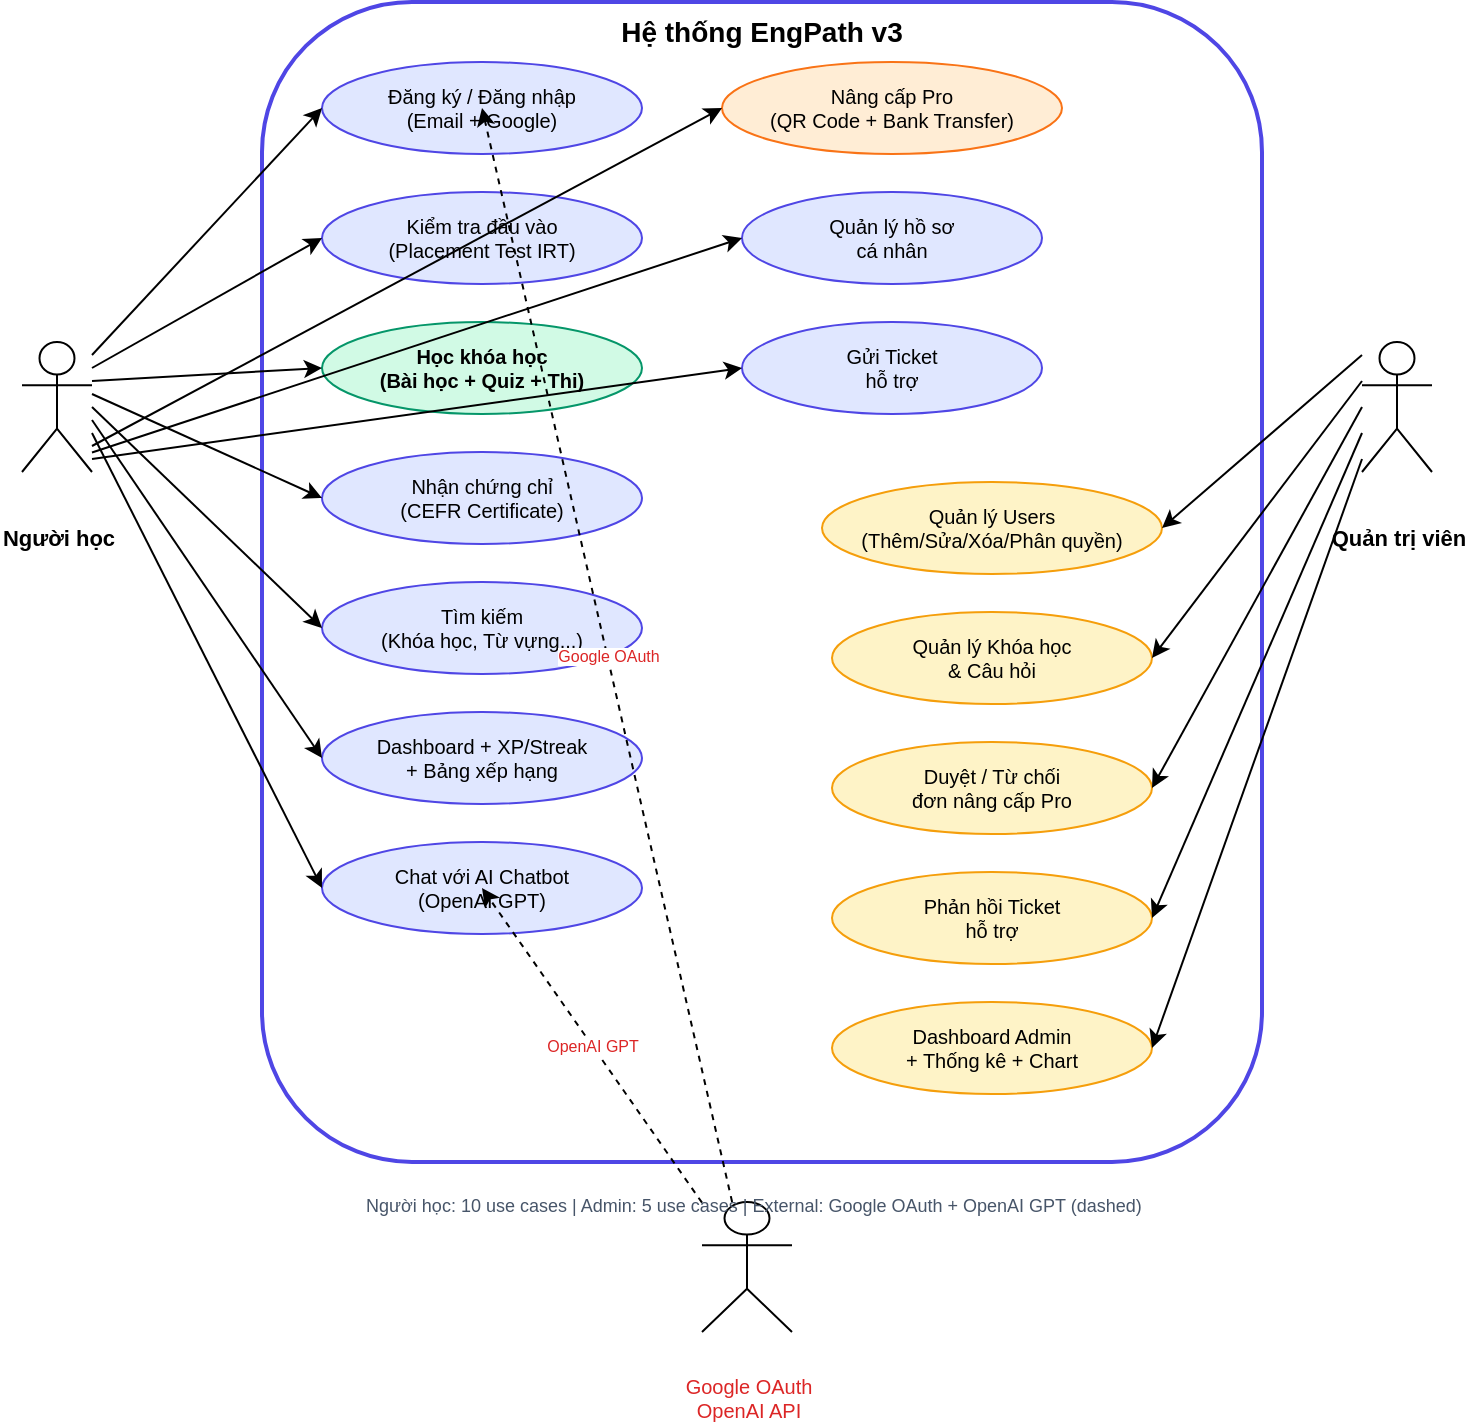
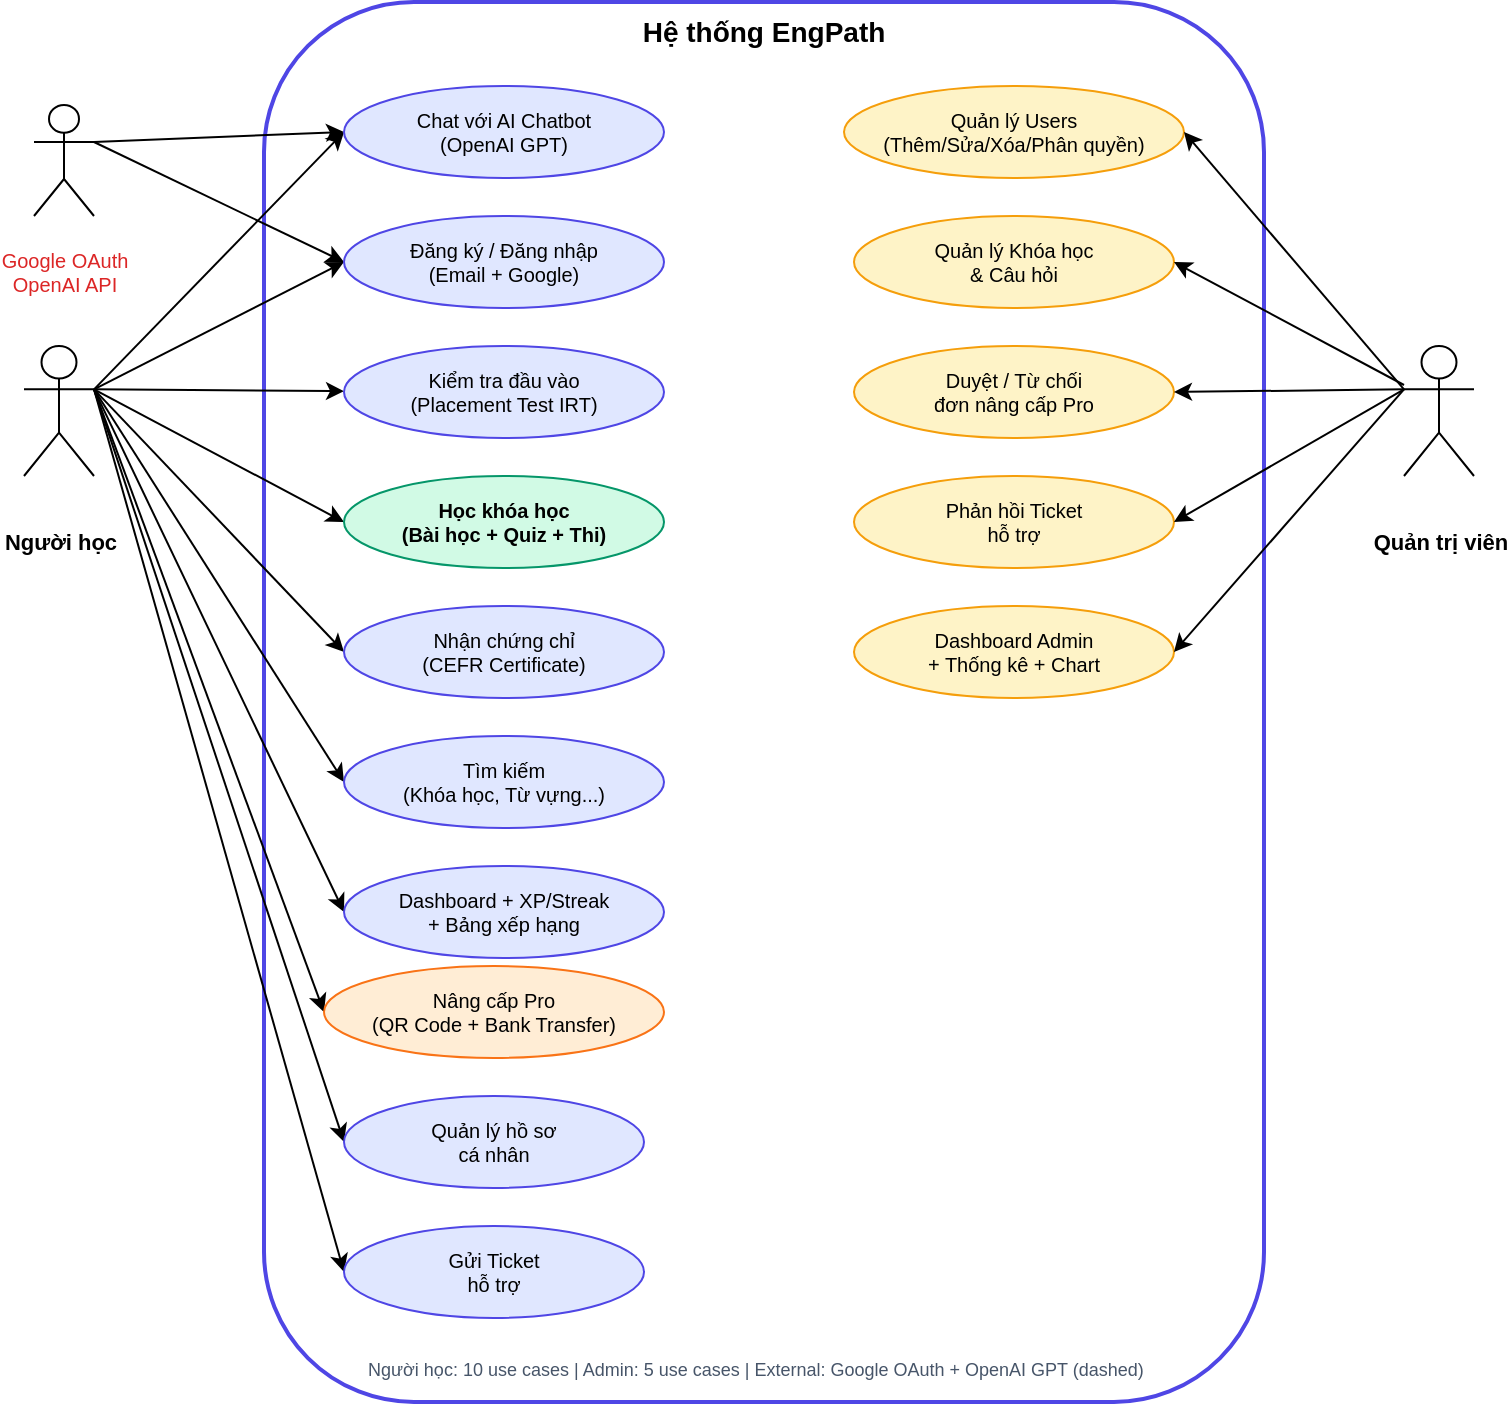
<mxfile host="Electron">
  <diagram name="Use Case v3" id="0">
-     <mxGraphModel dx="2054" dy="1201" grid="1" gridSize="10" guides="1" tooltips="1" connect="1" arrows="1" fold="1" page="1" pageScale="1" pageWidth="900" pageHeight="750" math="0" shadow="0">
+     <mxGraphModel dx="1542" dy="914" grid="1" gridSize="10" guides="1" tooltips="1" connect="1" arrows="1" fold="1" page="1" pageScale="1" pageWidth="900" pageHeight="750" math="0" shadow="0">
      <root>
        <mxCell id="0" />
        <mxCell id="1" parent="0" />
- 
-         <!-- SYSTEM BOUNDARY -->
-         <mxCell id="sys" parent="1" style="rounded=1;whiteSpace=wrap;html=1;fillColor=none;strokeColor=#4F46E5;strokeWidth=2;fontSize=14;fontStyle=1;verticalAlign=top;" value="Hệ thống EngPath v3" vertex="1">
-           <mxGeometry height="580" width="500" x="200" y="50" as="geometry" />
+         <mxCell id="sys" parent="1" style="rounded=1;whiteSpace=wrap;html=1;fillColor=none;strokeColor=#4F46E5;strokeWidth=2;fontSize=14;fontStyle=1;verticalAlign=top;" value="Hệ thống EngPath" vertex="1">
+           <mxGeometry height="700" width="500" x="200" y="68" as="geometry" />
        </mxCell>
- 
-         <!-- ACTOR: Learner -->
+         <mxCell id="9E2wmQX7eQueYQR80z6p-5" edge="1" parent="1" source="learner" style="rounded=0;orthogonalLoop=1;jettySize=auto;html=1;exitX=1;exitY=0.3333333333333333;exitDx=0;exitDy=0;exitPerimeter=0;entryX=0;entryY=0.5;entryDx=0;entryDy=0;" target="uc7">
+           <mxGeometry relative="1" as="geometry" />
+         </mxCell>
+         <mxCell id="9E2wmQX7eQueYQR80z6p-6" edge="1" parent="1" source="learner" style="rounded=0;orthogonalLoop=1;jettySize=auto;html=1;exitX=1;exitY=0.3333333333333333;exitDx=0;exitDy=0;exitPerimeter=0;entryX=0;entryY=0.5;entryDx=0;entryDy=0;" target="uc1">
+           <mxGeometry relative="1" as="geometry" />
+         </mxCell>
+         <mxCell id="9E2wmQX7eQueYQR80z6p-7" edge="1" parent="1" source="learner" style="rounded=0;orthogonalLoop=1;jettySize=auto;html=1;exitX=1;exitY=0.3333333333333333;exitDx=0;exitDy=0;exitPerimeter=0;" target="uc2">
+           <mxGeometry relative="1" as="geometry" />
+         </mxCell>
+         <mxCell id="9E2wmQX7eQueYQR80z6p-8" edge="1" parent="1" source="learner" style="rounded=0;orthogonalLoop=1;jettySize=auto;html=1;exitX=1;exitY=0.3333333333333333;exitDx=0;exitDy=0;exitPerimeter=0;entryX=0;entryY=0.5;entryDx=0;entryDy=0;" target="uc3">
+           <mxGeometry relative="1" as="geometry" />
+         </mxCell>
+         <mxCell id="9E2wmQX7eQueYQR80z6p-9" edge="1" parent="1" source="learner" style="rounded=0;orthogonalLoop=1;jettySize=auto;html=1;exitX=1;exitY=0.3333333333333333;exitDx=0;exitDy=0;exitPerimeter=0;entryX=0;entryY=0.5;entryDx=0;entryDy=0;" target="uc4">
+           <mxGeometry relative="1" as="geometry" />
+         </mxCell>
+         <mxCell id="9E2wmQX7eQueYQR80z6p-10" edge="1" parent="1" source="learner" style="rounded=0;orthogonalLoop=1;jettySize=auto;html=1;exitX=1;exitY=0.3333333333333333;exitDx=0;exitDy=0;exitPerimeter=0;entryX=0;entryY=0.5;entryDx=0;entryDy=0;" target="uc5">
+           <mxGeometry relative="1" as="geometry" />
+         </mxCell>
+         <mxCell id="9E2wmQX7eQueYQR80z6p-11" edge="1" parent="1" source="learner" style="rounded=0;orthogonalLoop=1;jettySize=auto;html=1;exitX=1;exitY=0.3333333333333333;exitDx=0;exitDy=0;exitPerimeter=0;entryX=0;entryY=0.5;entryDx=0;entryDy=0;" target="uc6">
+           <mxGeometry relative="1" as="geometry" />
+         </mxCell>
+         <mxCell id="9E2wmQX7eQueYQR80z6p-12" edge="1" parent="1" source="learner" style="rounded=0;orthogonalLoop=1;jettySize=auto;html=1;exitX=1;exitY=0.3333333333333333;exitDx=0;exitDy=0;exitPerimeter=0;entryX=0;entryY=0.5;entryDx=0;entryDy=0;" target="uc8">
+           <mxGeometry relative="1" as="geometry" />
+         </mxCell>
+         <mxCell id="9E2wmQX7eQueYQR80z6p-13" edge="1" parent="1" source="learner" style="rounded=0;orthogonalLoop=1;jettySize=auto;html=1;exitX=1;exitY=0.3333333333333333;exitDx=0;exitDy=0;exitPerimeter=0;entryX=0;entryY=0.5;entryDx=0;entryDy=0;" target="uc9">
+           <mxGeometry relative="1" as="geometry" />
+         </mxCell>
+         <mxCell id="9E2wmQX7eQueYQR80z6p-14" edge="1" parent="1" source="learner" style="rounded=0;orthogonalLoop=1;jettySize=auto;html=1;exitX=1;exitY=0.3333333333333333;exitDx=0;exitDy=0;exitPerimeter=0;entryX=0;entryY=0.5;entryDx=0;entryDy=0;" target="uc10">
+           <mxGeometry relative="1" as="geometry" />
+         </mxCell>
        <mxCell id="learner" parent="1" style="shape=umlActor;verticalLabelPosition=bottom;html=1;fontSize=11;fontStyle=1;" value="Người học" vertex="1">
-           <mxGeometry height="65" width="35" x="80" y="220" as="geometry" />
+           <mxGeometry height="65" width="35" x="80" y="240" as="geometry" />
        </mxCell>
- 
-         <!-- ACTOR: Admin -->
        <mxCell id="admin" parent="1" style="shape=umlActor;verticalLabelPosition=bottom;html=1;fontSize=11;fontStyle=1;" value="Quản trị viên" vertex="1">
-           <mxGeometry height="65" width="35" x="750" y="220" as="geometry" />
+           <mxGeometry height="65" width="35" x="770" y="240" as="geometry" />
        </mxCell>
- 
-         <!-- ACTOR: External -->
+         <mxCell id="9E2wmQX7eQueYQR80z6p-2" edge="1" parent="1" source="ext_actor" style="rounded=0;orthogonalLoop=1;jettySize=auto;html=1;exitX=1;exitY=0.3333333333333333;exitDx=0;exitDy=0;exitPerimeter=0;entryX=0;entryY=0.5;entryDx=0;entryDy=0;" target="uc7">
+           <mxGeometry relative="1" as="geometry" />
+         </mxCell>
+         <mxCell id="9E2wmQX7eQueYQR80z6p-3" edge="1" parent="1" source="ext_actor" style="rounded=0;orthogonalLoop=1;jettySize=auto;html=1;exitX=1;exitY=0.3333333333333333;exitDx=0;exitDy=0;exitPerimeter=0;entryX=0;entryY=0.5;entryDx=0;entryDy=0;" target="uc1">
+           <mxGeometry relative="1" as="geometry" />
+         </mxCell>
        <mxCell id="ext_actor" parent="1" style="shape=umlActor;verticalLabelPosition=bottom;html=1;fontSize=10;fontColor=#DC2626;" value="Google OAuth&#xa;OpenAI API" vertex="1">
-           <mxGeometry height="65" width="45" x="420" y="650" as="geometry" />
+           <mxGeometry height="55.5" width="30" x="85" y="119.5" as="geometry" />
        </mxCell>
- 
-         <!-- ═══ LEARNER USE CASES (10) ═══ -->
        <mxCell id="uc1" parent="1" style="ellipse;whiteSpace=wrap;html=1;fillColor=#E0E7FF;strokeColor=#4F46E5;fontSize=10;" value="Đăng ký / Đăng nhập&#xa;(Email + Google)" vertex="1">
-           <mxGeometry height="46" width="160" x="230" y="80" as="geometry" />
+           <mxGeometry height="46" width="160" x="240" y="175" as="geometry" />
        </mxCell>
        <mxCell id="uc2" parent="1" style="ellipse;whiteSpace=wrap;html=1;fillColor=#E0E7FF;strokeColor=#4F46E5;fontSize=10;" value="Kiểm tra đầu vào&#xa;(Placement Test IRT)" vertex="1">
-           <mxGeometry height="46" width="160" x="230" y="145" as="geometry" />
+           <mxGeometry height="46" width="160" x="240" y="240" as="geometry" />
        </mxCell>
        <mxCell id="uc3" parent="1" style="ellipse;whiteSpace=wrap;html=1;fillColor=#D1FAE5;strokeColor=#059669;fontSize=10;fontStyle=1;" value="Học khóa học&#xa;(Bài học + Quiz + Thi)" vertex="1">
-           <mxGeometry height="46" width="160" x="230" y="210" as="geometry" />
+           <mxGeometry height="46" width="160" x="240" y="305" as="geometry" />
        </mxCell>
        <mxCell id="uc4" parent="1" style="ellipse;whiteSpace=wrap;html=1;fillColor=#E0E7FF;strokeColor=#4F46E5;fontSize=10;" value="Nhận chứng chỉ&#xa;(CEFR Certificate)" vertex="1">
-           <mxGeometry height="46" width="160" x="230" y="275" as="geometry" />
+           <mxGeometry height="46" width="160" x="240" y="370" as="geometry" />
        </mxCell>
        <mxCell id="uc5" parent="1" style="ellipse;whiteSpace=wrap;html=1;fillColor=#E0E7FF;strokeColor=#4F46E5;fontSize=10;" value="Tìm kiếm&#xa;(Khóa học, Từ vựng...)" vertex="1">
-           <mxGeometry height="46" width="160" x="230" y="340" as="geometry" />
+           <mxGeometry height="46" width="160" x="240" y="435" as="geometry" />
        </mxCell>
        <mxCell id="uc6" parent="1" style="ellipse;whiteSpace=wrap;html=1;fillColor=#E0E7FF;strokeColor=#4F46E5;fontSize=10;" value="Dashboard + XP/Streak&#xa;+ Bảng xếp hạng" vertex="1">
-           <mxGeometry height="46" width="160" x="230" y="405" as="geometry" />
+           <mxGeometry height="46" width="160" x="240" y="500" as="geometry" />
        </mxCell>
        <mxCell id="uc7" parent="1" style="ellipse;whiteSpace=wrap;html=1;fillColor=#E0E7FF;strokeColor=#4F46E5;fontSize=10;" value="Chat với AI Chatbot&#xa;(OpenAI GPT)" vertex="1">
-           <mxGeometry height="46" width="160" x="230" y="470" as="geometry" />
+           <mxGeometry height="46" width="160" x="240" y="110" as="geometry" />
        </mxCell>
        <mxCell id="uc8" parent="1" style="ellipse;whiteSpace=wrap;html=1;fillColor=#FFEDD5;strokeColor=#F97316;fontSize=10;" value="Nâng cấp Pro&#xa;(QR Code + Bank Transfer)" vertex="1">
-           <mxGeometry height="46" width="170" x="430" y="80" as="geometry" />
+           <mxGeometry height="46" width="170" x="230" y="550" as="geometry" />
        </mxCell>
        <mxCell id="uc9" parent="1" style="ellipse;whiteSpace=wrap;html=1;fillColor=#E0E7FF;strokeColor=#4F46E5;fontSize=10;" value="Quản lý hồ sơ&#xa;cá nhân" vertex="1">
-           <mxGeometry height="46" width="150" x="440" y="145" as="geometry" />
+           <mxGeometry height="46" width="150" x="240" y="615" as="geometry" />
        </mxCell>
        <mxCell id="uc10" parent="1" style="ellipse;whiteSpace=wrap;html=1;fillColor=#E0E7FF;strokeColor=#4F46E5;fontSize=10;" value="Gửi Ticket&#xa;hỗ trợ" vertex="1">
-           <mxGeometry height="46" width="150" x="440" y="210" as="geometry" />
+           <mxGeometry height="46" width="150" x="240" y="680" as="geometry" />
        </mxCell>
- 
-         <!-- ═══ ADMIN USE CASES (5) ═══ -->
        <mxCell id="uc_a1" parent="1" style="ellipse;whiteSpace=wrap;html=1;fillColor=#FEF3C7;strokeColor=#F59E0B;fontSize=10;" value="Quản lý Users&#xa;(Thêm/Sửa/Xóa/Phân quyền)" vertex="1">
-           <mxGeometry height="46" width="170" x="480" y="290" as="geometry" />
+           <mxGeometry height="46" width="170" x="490" y="110" as="geometry" />
        </mxCell>
        <mxCell id="uc_a2" parent="1" style="ellipse;whiteSpace=wrap;html=1;fillColor=#FEF3C7;strokeColor=#F59E0B;fontSize=10;" value="Quản lý Khóa học&#xa;&amp; Câu hỏi" vertex="1">
-           <mxGeometry height="46" width="160" x="485" y="355" as="geometry" />
+           <mxGeometry height="46" width="160" x="495" y="175" as="geometry" />
        </mxCell>
        <mxCell id="uc_a3" parent="1" style="ellipse;whiteSpace=wrap;html=1;fillColor=#FEF3C7;strokeColor=#F59E0B;fontSize=10;" value="Duyệt / Từ chối&#xa;đơn nâng cấp Pro" vertex="1">
-           <mxGeometry height="46" width="160" x="485" y="420" as="geometry" />
+           <mxGeometry height="46" width="160" x="495" y="240" as="geometry" />
        </mxCell>
        <mxCell id="uc_a4" parent="1" style="ellipse;whiteSpace=wrap;html=1;fillColor=#FEF3C7;strokeColor=#F59E0B;fontSize=10;" value="Phản hồi Ticket&#xa;hỗ trợ" vertex="1">
-           <mxGeometry height="46" width="160" x="485" y="485" as="geometry" />
+           <mxGeometry height="46" width="160" x="495" y="305" as="geometry" />
        </mxCell>
        <mxCell id="uc_a5" parent="1" style="ellipse;whiteSpace=wrap;html=1;fillColor=#FEF3C7;strokeColor=#F59E0B;fontSize=10;" value="Dashboard Admin&#xa;+ Thống kê + Chart" vertex="1">
-           <mxGeometry height="46" width="160" x="485" y="550" as="geometry" />
+           <mxGeometry height="46" width="160" x="495" y="370" as="geometry" />
        </mxCell>
- 
-         <!-- ═══ EDGES: Learner → Use Cases ═══ -->
-         <mxCell id="e_l1" edge="1" parent="1" source="learner" target="uc1" style="rounded=0;orthogonalLoop=1;html=1;exitX=1;exitY=0.1;entryX=0;entryY=0.5;"><mxGeometry relative="1" as="geometry"/></mxCell>
-         <mxCell id="e_l2" edge="1" parent="1" source="learner" target="uc2" style="rounded=0;orthogonalLoop=1;html=1;exitX=1;exitY=0.2;entryX=0;entryY=0.5;"><mxGeometry relative="1" as="geometry"/></mxCell>
-         <mxCell id="e_l3" edge="1" parent="1" source="learner" target="uc3" style="rounded=0;orthogonalLoop=1;html=1;exitX=1;exitY=0.3;entryX=0;entryY=0.5;"><mxGeometry relative="1" as="geometry"/></mxCell>
-         <mxCell id="e_l4" edge="1" parent="1" source="learner" target="uc4" style="rounded=0;orthogonalLoop=1;html=1;exitX=1;exitY=0.4;entryX=0;entryY=0.5;"><mxGeometry relative="1" as="geometry"/></mxCell>
-         <mxCell id="e_l5" edge="1" parent="1" source="learner" target="uc5" style="rounded=0;orthogonalLoop=1;html=1;exitX=1;exitY=0.5;entryX=0;entryY=0.5;"><mxGeometry relative="1" as="geometry"/></mxCell>
-         <mxCell id="e_l6" edge="1" parent="1" source="learner" target="uc6" style="rounded=0;orthogonalLoop=1;html=1;exitX=1;exitY=0.6;entryX=0;entryY=0.5;"><mxGeometry relative="1" as="geometry"/></mxCell>
-         <mxCell id="e_l7" edge="1" parent="1" source="learner" target="uc7" style="rounded=0;orthogonalLoop=1;html=1;exitX=1;exitY=0.7;entryX=0;entryY=0.5;"><mxGeometry relative="1" as="geometry"/></mxCell>
-         <mxCell id="e_l8" edge="1" parent="1" source="learner" target="uc8" style="rounded=0;orthogonalLoop=1;html=1;exitX=1;exitY=0.8;entryX=0;entryY=0.5;"><mxGeometry relative="1" as="geometry"/></mxCell>
-         <mxCell id="e_l9" edge="1" parent="1" source="learner" target="uc9" style="rounded=0;orthogonalLoop=1;html=1;exitX=1;exitY=0.85;entryX=0;entryY=0.5;"><mxGeometry relative="1" as="geometry"/></mxCell>
-         <mxCell id="e_l10" edge="1" parent="1" source="learner" target="uc10" style="rounded=0;orthogonalLoop=1;html=1;exitX=1;exitY=0.9;entryX=0;entryY=0.5;"><mxGeometry relative="1" as="geometry"/></mxCell>
- 
-         <!-- ═══ EDGES: Admin → Use Cases ═══ -->
-         <mxCell id="e_a1" edge="1" parent="1" source="admin" target="uc_a1" style="rounded=0;orthogonalLoop=1;html=1;exitX=0;exitY=0.1;entryX=1;entryY=0.5;"><mxGeometry relative="1" as="geometry"/></mxCell>
-         <mxCell id="e_a2" edge="1" parent="1" source="admin" target="uc_a2" style="rounded=0;orthogonalLoop=1;html=1;exitX=0;exitY=0.3;entryX=1;entryY=0.5;"><mxGeometry relative="1" as="geometry"/></mxCell>
-         <mxCell id="e_a3" edge="1" parent="1" source="admin" target="uc_a3" style="rounded=0;orthogonalLoop=1;html=1;exitX=0;exitY=0.5;entryX=1;entryY=0.5;"><mxGeometry relative="1" as="geometry"/></mxCell>
-         <mxCell id="e_a4" edge="1" parent="1" source="admin" target="uc_a4" style="rounded=0;orthogonalLoop=1;html=1;exitX=0;exitY=0.7;entryX=1;entryY=0.5;"><mxGeometry relative="1" as="geometry"/></mxCell>
-         <mxCell id="e_a5" edge="1" parent="1" source="admin" target="uc_a5" style="rounded=0;orthogonalLoop=1;html=1;exitX=0;exitY=0.9;entryX=1;entryY=0.5;"><mxGeometry relative="1" as="geometry"/></mxCell>
- 
-         <!-- ═══ EDGES: External → Use Cases (dashed) ═══ -->
-         <mxCell id="e_ext1" edge="1" parent="1" target="uc1" style="rounded=0;orthogonalLoop=1;html=1;dashed=1;fontSize=8;fontColor=#DC2626;" value="Google OAuth" source="ext_actor">
-           <mxGeometry relative="1" as="geometry">
-             <Array as="points"><mxPoint x="310" y="103"/></Array>
-           </mxGeometry>
+         <mxCell id="e_a1" edge="1" parent="1" source="admin" style="rounded=0;orthogonalLoop=1;html=1;exitX=0;exitY=0.3333333333333333;entryX=1;entryY=0.5;exitDx=0;exitDy=0;exitPerimeter=0;" target="uc_a1">
+           <mxGeometry relative="1" as="geometry" />
        </mxCell>
-         <mxCell id="e_ext2" edge="1" parent="1" target="uc7" style="rounded=0;orthogonalLoop=1;html=1;dashed=1;fontSize=8;fontColor=#DC2626;" value="OpenAI GPT" source="ext_actor">
-           <mxGeometry relative="1" as="geometry">
-             <Array as="points"><mxPoint x="310" y="493"/></Array>
-           </mxGeometry>
+         <mxCell id="e_a2" edge="1" parent="1" source="admin" style="rounded=0;orthogonalLoop=1;html=1;exitX=0;exitY=0.3;entryX=1;entryY=0.5;" target="uc_a2">
+           <mxGeometry relative="1" as="geometry" />
        </mxCell>
- 
-         <!-- LEGEND -->
+         <mxCell id="e_a3" edge="1" parent="1" source="admin" style="rounded=0;orthogonalLoop=1;html=1;exitX=0;exitY=0.3333333333333333;entryX=1;entryY=0.5;exitDx=0;exitDy=0;exitPerimeter=0;" target="uc_a3">
+           <mxGeometry relative="1" as="geometry" />
+         </mxCell>
+         <mxCell id="e_a4" edge="1" parent="1" source="admin" style="rounded=0;orthogonalLoop=1;html=1;exitX=0;exitY=0.3333333333333333;entryX=1;entryY=0.5;exitDx=0;exitDy=0;exitPerimeter=0;" target="uc_a4">
+           <mxGeometry relative="1" as="geometry" />
+         </mxCell>
+         <mxCell id="e_a5" edge="1" parent="1" source="admin" style="rounded=0;orthogonalLoop=1;html=1;exitX=0;exitY=0.3333333333333333;entryX=1;entryY=0.5;exitDx=0;exitDy=0;exitPerimeter=0;" target="uc_a5">
+           <mxGeometry relative="1" as="geometry" />
+         </mxCell>
        <mxCell id="note" parent="1" style="text;html=1;fontSize=9;fontColor=#475569;align=left;" value="Người học: 10 use cases | Admin: 5 use cases | External: Google OAuth + OpenAI GPT (dashed)" vertex="1">
-           <mxGeometry height="18" width="500" x="250" y="640" as="geometry" />
+           <mxGeometry height="18" width="500" x="250" y="740" as="geometry" />
        </mxCell>
      </root>
    </mxGraphModel>
  </diagram>
</mxfile>
